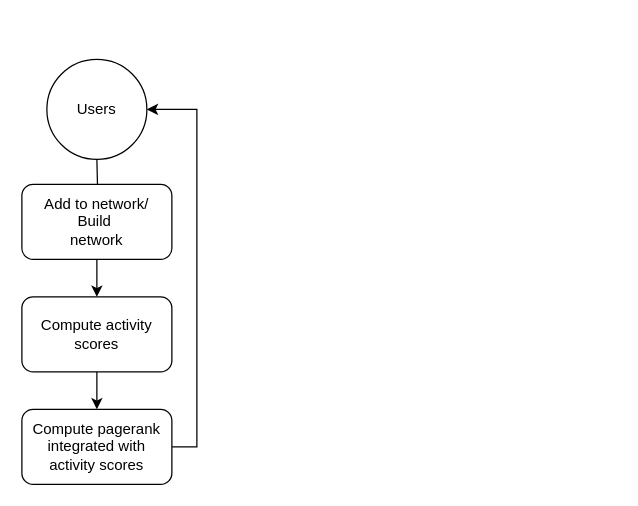
This is assets/img/linkedin.drawio from saisatya04/saisportfolio.github.io, a draw.io file, before an edit. Source tidied: cells renumbered, new cells numbered last; positions are measured from the earlier drawing's top-left corner, leaving out a move shared by most shapes. Both pictures are drawn from the tidied source at 125%, with x=0, y=0 at pixel (21, 59).
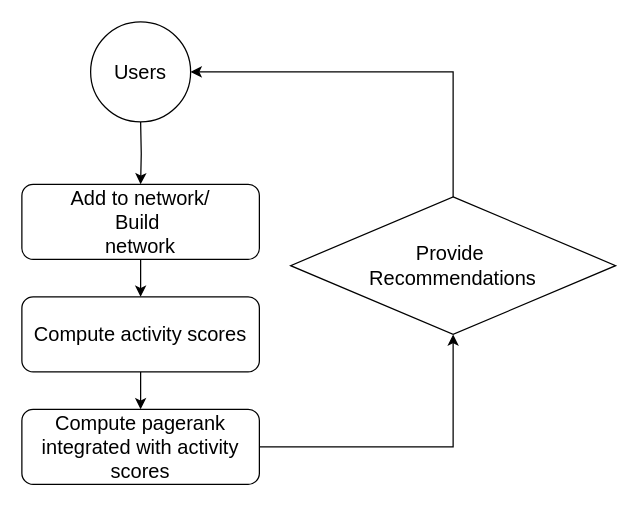
The same page after the edit.

The edit, as a diff of the source:
```diff
@@
 <mxGraphModel>
   <root>
     <mxCell id="0" />
     <mxCell id="1" parent="0" />
-    <mxCell id="2" style="edgeStyle=orthogonalEdgeStyle;rounded=0;jettySize=auto;html=1;" parent="1" edge="1" target="4">
+    <mxCell id="2" style="edgeStyle=orthogonalEdgeStyle;rounded=0;jettySize=auto;html=1;fontSize=16;" parent="1" edge="1" target="4">
       <mxGeometry relative="1" as="geometry">
-        <mxPoint x="60" y="80" as="sourcePoint" />
+        <mxPoint x="95" y="50" as="sourcePoint" />
       </mxGeometry>
     </mxCell>
-    <mxCell id="3" style="edgeStyle=orthogonalEdgeStyle;rounded=0;jettySize=auto;html=1;" parent="1" edge="1" source="4" target="6">
+    <mxCell id="3" style="edgeStyle=orthogonalEdgeStyle;rounded=0;jettySize=auto;html=1;fontSize=16;" parent="1" edge="1" source="4" target="6">
       <mxGeometry relative="1" as="geometry" />
     </mxCell>
-    <mxCell id="4" value="Add to network/&lt;div&gt;Build&amp;nbsp;&lt;div&gt;network&lt;/div&gt;&lt;/div&gt;" style="rounded=1;whiteSpace=wrap;html=1;" parent="1" vertex="1">
-      <mxGeometry y="100" width="120" height="60" as="geometry" />
+    <mxCell id="4" value="Add to network/&lt;div&gt;Build&amp;nbsp;&lt;div&gt;network&lt;/div&gt;&lt;/div&gt;" style="rounded=1;whiteSpace=wrap;html=1;fontSize=16;" parent="1" vertex="1">
+      <mxGeometry y="100" width="190" height="60" as="geometry" />
     </mxCell>
-    <mxCell id="5" style="edgeStyle=orthogonalEdgeStyle;rounded=0;jettySize=auto;html=1;" parent="1" edge="1" source="6" target="8">
+    <mxCell id="5" style="edgeStyle=orthogonalEdgeStyle;rounded=0;jettySize=auto;html=1;fontSize=16;" parent="1" edge="1" source="6" target="8">
       <mxGeometry relative="1" as="geometry" />
     </mxCell>
-    <mxCell id="6" value="Compute activity scores" style="rounded=1;whiteSpace=wrap;html=1;" parent="1" vertex="1">
-      <mxGeometry y="190" width="120" height="60" as="geometry" />
+    <mxCell id="6" value="Compute activity scores" style="rounded=1;whiteSpace=wrap;html=1;fontSize=16;" parent="1" vertex="1">
+      <mxGeometry y="190" width="190" height="60" as="geometry" />
     </mxCell>
-    <mxCell id="7" style="edgeStyle=orthogonalEdgeStyle;rounded=0;jettySize=auto;html=1;exitX=1;exitY=0.5;exitDx=0;exitDy=0;entryX=1;entryY=0.5;entryDx=0;entryDy=0;" parent="1" edge="1" source="8" target="9">
-      <mxGeometry relative="1" as="geometry" />
-    </mxCell>
+    <mxCell id="10" style="edgeStyle=orthogonalEdgeStyle;rounded=0;jettySize=auto;html=1;exitX=1;exitY=0.5;exitDx=0;exitDy=0;entryX=0.5;entryY=1;entryDx=0;entryDy=0;fontSize=16;" parent="1" edge="1" source="8" target="12">
+      <mxGeometry relative="1" as="geometry" />
+    </mxCell>
-    <mxCell id="8" value="Compute pagerank integrated with activity scores" style="rounded=1;whiteSpace=wrap;html=1;" parent="1" vertex="1">
-      <mxGeometry y="280" width="120" height="60" as="geometry" />
+    <mxCell id="8" value="Compute pagerank integrated with activity scores" style="rounded=1;whiteSpace=wrap;html=1;fontSize=16;" parent="1" vertex="1">
+      <mxGeometry y="280" width="190" height="60" as="geometry" />
     </mxCell>
-    <mxCell id="9" value="Users" style="ellipse;whiteSpace=wrap;html=1;" parent="1" vertex="1">
-      <mxGeometry x="20" width="80" height="80" as="geometry" />
+    <mxCell id="9" value="Users" style="ellipse;whiteSpace=wrap;html=1;fontSize=16;" parent="1" vertex="1">
+      <mxGeometry x="55" y="-30" width="80" height="80" as="geometry" />
     </mxCell>
+    <mxCell id="11" style="edgeStyle=orthogonalEdgeStyle;rounded=0;jettySize=auto;html=1;exitX=0.5;exitY=0;exitDx=0;exitDy=0;entryX=1;entryY=0.5;entryDx=0;entryDy=0;fontSize=16;" parent="1" edge="1" source="12" target="9">
+      <mxGeometry relative="1" as="geometry" />
+    </mxCell>
+    <mxCell id="12" value="Provide&amp;nbsp;&lt;div&gt;Recommendations&lt;/div&gt;" style="rhombus;whiteSpace=wrap;html=1;fontSize=16;" parent="1" vertex="1">
+      <mxGeometry x="215" y="110" width="260" height="110" as="geometry" />
+    </mxCell>
   </root>
 </mxGraphModel>
```
